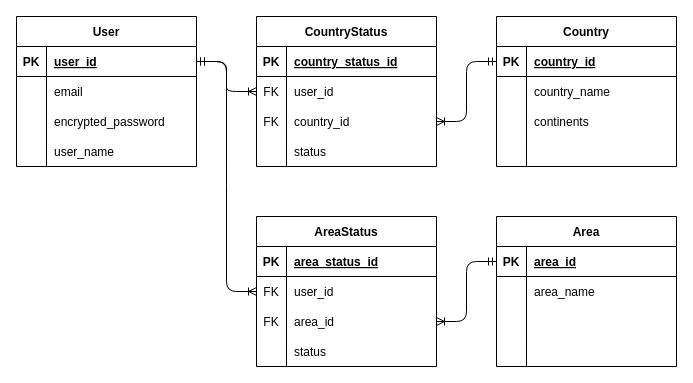
Above: er.dio in likapantrip/ryokomap (draw.io), before the change. Source tidied: cells renumbered, new cells numbered last; positions are measured from the earlier drawing's top-left corner, leaving out a move shared by most shapes. Both pictures are drawn from the tidied source at 100%, with x=0, y=0 at pixel (16, 16).
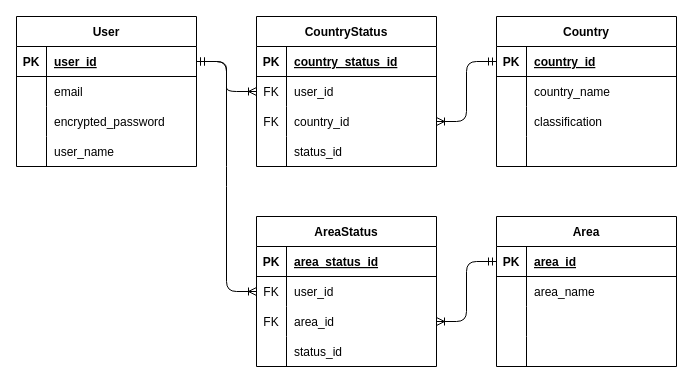
The same page after the edit.

Unchanged cells that the change refers to:
```xml
<mxCell id="12" style="shape=tableRow;horizontal=0;startSize=0;swimlaneHead=0;swimlaneBody=0;fillColor=none;top=0;left=0;right=0;bottom=0;" parent="2" vertex="1">
  <mxGeometry y="120" width="180" height="30" as="geometry" />
</mxCell>
<mxCell id="22" style="shape=tableRow;horizontal=0;startSize=0;swimlaneHead=0;swimlaneBody=0;fillColor=none;top=0;left=0;right=0;bottom=0;" parent="15" vertex="1">
  <mxGeometry y="90" width="180" height="30" as="geometry" />
</mxCell>
<mxCell id="64" style="shape=tableRow;horizontal=0;startSize=0;swimlaneHead=0;swimlaneBody=0;fillColor=none;top=0;left=0;right=0;bottom=0;" parent="54" vertex="1">
  <mxGeometry y="120" width="180" height="30" as="geometry" />
</mxCell>
```

Diff of the diagram source:
```diff
@@
-    <mxCell id="14" value="status" style="shape=partialRectangle;fillColor=none;top=0;left=0;bottom=0;right=0;align=left;spacingLeft=6;overflow=hidden;" parent="12" vertex="1">
+    <mxCell id="14" value="status_id" style="shape=partialRectangle;fillColor=none;top=0;left=0;bottom=0;right=0;align=left;spacingLeft=6;overflow=hidden;" parent="12" vertex="1">
       <mxGeometry x="30" width="150" height="30" as="geometry" />
     </mxCell>
@@
-    <mxCell id="24" value="continents" style="shape=partialRectangle;fillColor=none;top=0;left=0;bottom=0;right=0;align=left;spacingLeft=6;overflow=hidden;" parent="22" vertex="1">
+    <mxCell id="24" value="classification" style="shape=partialRectangle;fillColor=none;top=0;left=0;bottom=0;right=0;align=left;spacingLeft=6;overflow=hidden;" parent="22" vertex="1">
       <mxGeometry x="30" width="150" height="30" as="geometry" />
     </mxCell>
@@
-    <mxCell id="66" value="status" style="shape=partialRectangle;fillColor=none;top=0;left=0;bottom=0;right=0;align=left;spacingLeft=6;overflow=hidden;" parent="64" vertex="1">
+    <mxCell id="66" value="status_id" style="shape=partialRectangle;fillColor=none;top=0;left=0;bottom=0;right=0;align=left;spacingLeft=6;overflow=hidden;" parent="64" vertex="1">
       <mxGeometry x="30" width="150" height="30" as="geometry" />
     </mxCell>
```
